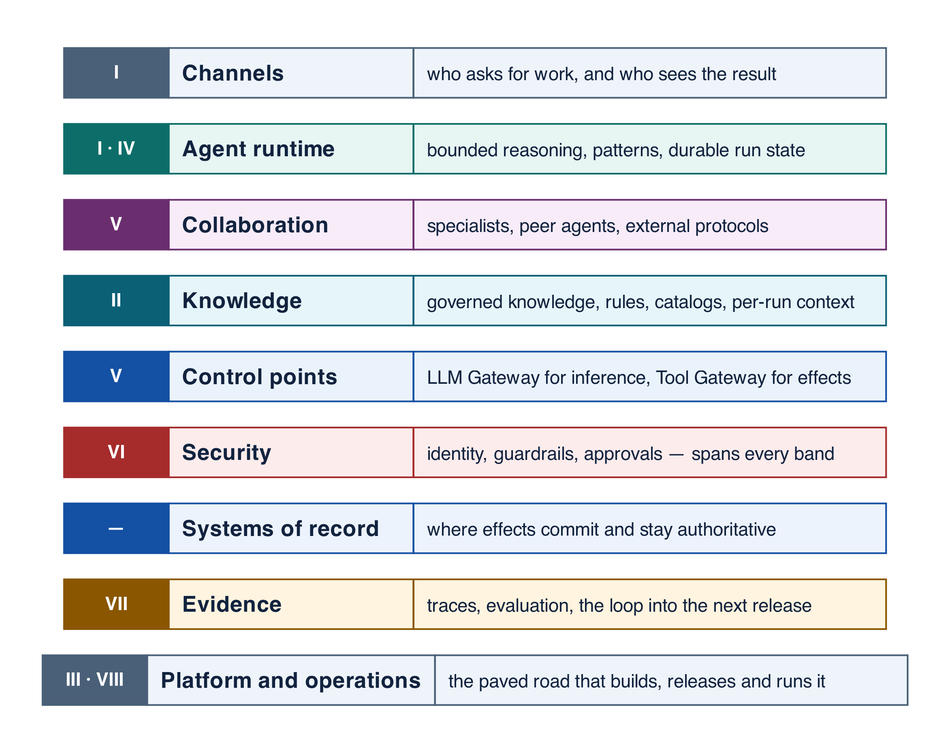
The Graphviz diagram assets/diagrams/system-overview.png in rrahimi-uci/building-enterprise-general-intelligence, before a commit. Its source is kept beside it as assets/diagrams/src/system-overview.gv. Its diagram source:
```dot
digraph system_overview {
  rankdir = TB
  graph [ranksep=0.13]
  node [shape=plaintext, style="", margin=0]
  edge [style=invis]

  ch [label=<<TABLE BORDER="0" CELLBORDER="1" CELLSPACING="0" CELLPADDING="7" COLOR="#4A6078" BGCOLOR="#EEF4FA">
    <TR><TD WIDTH="62" BGCOLOR="#4A6078" ALIGN="CENTER"><FONT COLOR="white" POINT-SIZE="11"><B>I</B></FONT></TD>
        <TD WIDTH="145" ALIGN="LEFT"><B>Channels</B></TD>
        <TD WIDTH="280" ALIGN="LEFT"><FONT POINT-SIZE="11">who asks for work, and who sees the result</FONT></TD></TR></TABLE>>]
  rt [label=<<TABLE BORDER="0" CELLBORDER="1" CELLSPACING="0" CELLPADDING="7" COLOR="#0D6E69" BGCOLOR="#E7F5F3">
    <TR><TD WIDTH="62" BGCOLOR="#0D6E69" ALIGN="CENTER"><FONT COLOR="white" POINT-SIZE="11"><B>I · IV</B></FONT></TD>
        <TD WIDTH="145" ALIGN="LEFT"><B>Agent runtime</B></TD>
        <TD WIDTH="280" ALIGN="LEFT"><FONT POINT-SIZE="11">bounded reasoning, patterns, durable run state</FONT></TD></TR></TABLE>>]
  ma [label=<<TABLE BORDER="0" CELLBORDER="1" CELLSPACING="0" CELLPADDING="7" COLOR="#6A2E6E" BGCOLOR="#F7ECF8">
    <TR><TD WIDTH="62" BGCOLOR="#6A2E6E" ALIGN="CENTER"><FONT COLOR="white" POINT-SIZE="11"><B>V</B></FONT></TD>
        <TD WIDTH="145" ALIGN="LEFT"><B>Collaboration</B></TD>
        <TD WIDTH="280" ALIGN="LEFT"><FONT POINT-SIZE="11">specialists, peer agents, external protocols</FONT></TD></TR></TABLE>>]
  kn [label=<<TABLE BORDER="0" CELLBORDER="1" CELLSPACING="0" CELLPADDING="7" COLOR="#0B6076" BGCOLOR="#E6F5F9">
    <TR><TD WIDTH="62" BGCOLOR="#0B6076" ALIGN="CENTER"><FONT COLOR="white" POINT-SIZE="11"><B>II</B></FONT></TD>
        <TD WIDTH="145" ALIGN="LEFT"><B>Knowledge</B></TD>
        <TD WIDTH="280" ALIGN="LEFT"><FONT POINT-SIZE="11">governed knowledge, rules, catalogs, per-run context</FONT></TD></TR></TABLE>>]
  gw [label=<<TABLE BORDER="0" CELLBORDER="1" CELLSPACING="0" CELLPADDING="7" COLOR="#1450A3" BGCOLOR="#EAF3FB">
    <TR><TD WIDTH="62" BGCOLOR="#1450A3" ALIGN="CENTER"><FONT COLOR="white" POINT-SIZE="11"><B>V</B></FONT></TD>
        <TD WIDTH="145" ALIGN="LEFT"><B>Control points</B></TD>
        <TD WIDTH="280" ALIGN="LEFT"><FONT POINT-SIZE="11">LLM Gateway for inference, Tool Gateway for effects</FONT></TD></TR></TABLE>>]
  sec [label=<<TABLE BORDER="0" CELLBORDER="1" CELLSPACING="0" CELLPADDING="7" COLOR="#A62C2C" BGCOLOR="#FCECEC">
    <TR><TD WIDTH="62" BGCOLOR="#A62C2C" ALIGN="CENTER"><FONT COLOR="white" POINT-SIZE="11"><B>VI</B></FONT></TD>
        <TD WIDTH="145" ALIGN="LEFT"><B>Security</B></TD>
        <TD WIDTH="280" ALIGN="LEFT"><FONT POINT-SIZE="11">identity, guardrails, approvals — spans every band</FONT></TD></TR></TABLE>>]
  sor [label=<<TABLE BORDER="0" CELLBORDER="1" CELLSPACING="0" CELLPADDING="7" COLOR="#1450A3" BGCOLOR="#EDF3FC">
    <TR><TD WIDTH="62" BGCOLOR="#1450A3" ALIGN="CENTER"><FONT COLOR="white" POINT-SIZE="11"><B>—</B></FONT></TD>
        <TD WIDTH="145" ALIGN="LEFT"><B>Systems of record</B></TD>
        <TD WIDTH="280" ALIGN="LEFT"><FONT POINT-SIZE="11">where effects commit and stay authoritative</FONT></TD></TR></TABLE>>]
  obs [label=<<TABLE BORDER="0" CELLBORDER="1" CELLSPACING="0" CELLPADDING="7" COLOR="#8A5600" BGCOLOR="#FFF4DF">
    <TR><TD WIDTH="62" BGCOLOR="#8A5600" ALIGN="CENTER"><FONT COLOR="white" POINT-SIZE="11"><B>VII</B></FONT></TD>
        <TD WIDTH="145" ALIGN="LEFT"><B>Evidence</B></TD>
        <TD WIDTH="280" ALIGN="LEFT"><FONT POINT-SIZE="11">traces, evaluation, the loop into the next release</FONT></TD></TR></TABLE>>]
  ops [label=<<TABLE BORDER="0" CELLBORDER="1" CELLSPACING="0" CELLPADDING="7" COLOR="#4A6078" BGCOLOR="#EEF4FA">
    <TR><TD WIDTH="62" BGCOLOR="#4A6078" ALIGN="CENTER"><FONT COLOR="white" POINT-SIZE="11"><B>III · VIII</B></FONT></TD>
        <TD WIDTH="145" ALIGN="LEFT"><B>Platform and operations</B></TD>
        <TD WIDTH="280" ALIGN="LEFT"><FONT POINT-SIZE="11">the paved road that builds, releases and runs it</FONT></TD></TR></TABLE>>]

  ch -> rt -> ma -> kn -> gw -> sec -> sor -> obs -> ops
}
```
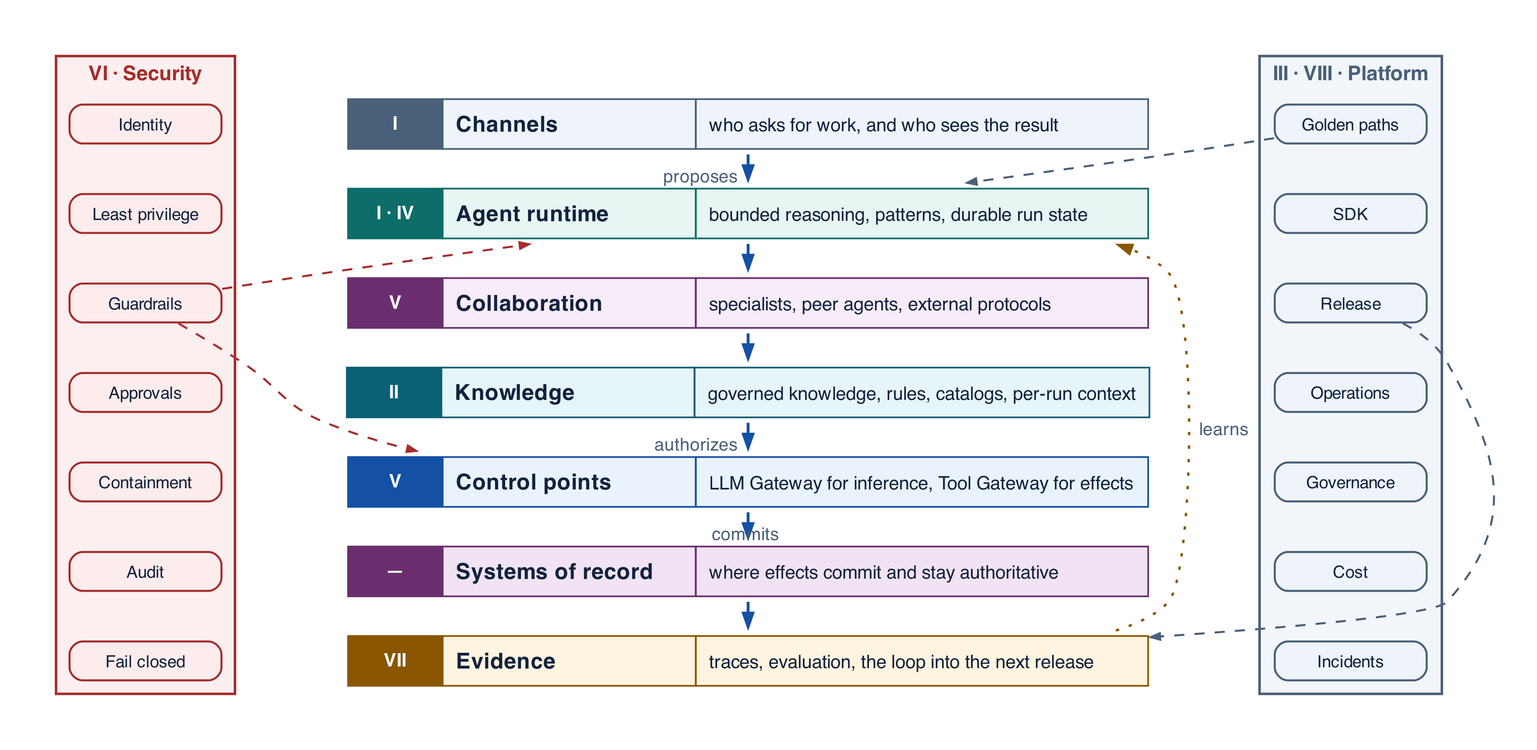
After the commit.

What changed in the source:
```diff
@@ -1,45 +1,96 @@
 digraph system_overview {
   rankdir = TB
-  graph [ranksep=0.13]
+  graph [ranksep=0.24, nodesep=0.34]
   node [shape=plaintext, style="", margin=0]
-  edge [style=invis]
+
+  subgraph cluster_sec {
+    label = <<B>VI &#183; Security</B>>
+    fontsize = 12; fontcolor = "#A62C2C"
+    style = filled; fillcolor = "#FBEFEF"; color = "#A62C2C"; penwidth = 1.5
+    margin = 8
+    node [shape=box, style="filled,rounded", penwidth=1.2, fontsize=10,
+          fillcolor="#FCECEC", color="#A62C2C", width=1.25, height=0.32,
+          margin="0.10,0.06"]
+    c0 [label="Identity"]
+    cx [label="Least privilege"]
+    c1 [label="Guardrails"]
+    c2 [label="Approvals"]
+    c3 [label="Containment"]
+    c4 [label="Audit"]
+    c5 [label="Fail closed"]
+    c0 -> cx -> c1 -> c2 -> c3 -> c4 -> c5 [style=invis]
+  }
 
   ch [label=<<TABLE BORDER="0" CELLBORDER="1" CELLSPACING="0" CELLPADDING="7" COLOR="#4A6078" BGCOLOR="#EEF4FA">
-    <TR><TD WIDTH="62" BGCOLOR="#4A6078" ALIGN="CENTER"><FONT COLOR="white" POINT-SIZE="11"><B>I</B></FONT></TD>
-        <TD WIDTH="145" ALIGN="LEFT"><B>Channels</B></TD>
-        <TD WIDTH="280" ALIGN="LEFT"><FONT POINT-SIZE="11">who asks for work, and who sees the result</FONT></TD></TR></TABLE>>]
+    <TR><TD WIDTH="56" BGCOLOR="#4A6078" ALIGN="CENTER"><FONT COLOR="white" POINT-SIZE="11"><B>I</B></FONT></TD>
+        <TD WIDTH="150" ALIGN="LEFT"><B>Channels</B></TD>
+        <TD WIDTH="268" ALIGN="LEFT"><FONT POINT-SIZE="11">who asks for work, and who sees the result</FONT></TD></TR></TABLE>>]
+
   rt [label=<<TABLE BORDER="0" CELLBORDER="1" CELLSPACING="0" CELLPADDING="7" COLOR="#0D6E69" BGCOLOR="#E7F5F3">
-    <TR><TD WIDTH="62" BGCOLOR="#0D6E69" ALIGN="CENTER"><FONT COLOR="white" POINT-SIZE="11"><B>I · IV</B></FONT></TD>
-        <TD WIDTH="145" ALIGN="LEFT"><B>Agent runtime</B></TD>
-        <TD WIDTH="280" ALIGN="LEFT"><FONT POINT-SIZE="11">bounded reasoning, patterns, durable run state</FONT></TD></TR></TABLE>>]
+    <TR><TD WIDTH="56" BGCOLOR="#0D6E69" ALIGN="CENTER"><FONT COLOR="white" POINT-SIZE="11"><B>I · IV</B></FONT></TD>
+        <TD WIDTH="150" ALIGN="LEFT"><B>Agent runtime</B></TD>
+        <TD WIDTH="268" ALIGN="LEFT"><FONT POINT-SIZE="11">bounded reasoning, patterns, durable run state</FONT></TD></TR></TABLE>>]
+
   ma [label=<<TABLE BORDER="0" CELLBORDER="1" CELLSPACING="0" CELLPADDING="7" COLOR="#6A2E6E" BGCOLOR="#F7ECF8">
-    <TR><TD WIDTH="62" BGCOLOR="#6A2E6E" ALIGN="CENTER"><FONT COLOR="white" POINT-SIZE="11"><B>V</B></FONT></TD>
-        <TD WIDTH="145" ALIGN="LEFT"><B>Collaboration</B></TD>
-        <TD WIDTH="280" ALIGN="LEFT"><FONT POINT-SIZE="11">specialists, peer agents, external protocols</FONT></TD></TR></TABLE>>]
+    <TR><TD WIDTH="56" BGCOLOR="#6A2E6E" ALIGN="CENTER"><FONT COLOR="white" POINT-SIZE="11"><B>V</B></FONT></TD>
+        <TD WIDTH="150" ALIGN="LEFT"><B>Collaboration</B></TD>
+        <TD WIDTH="268" ALIGN="LEFT"><FONT POINT-SIZE="11">specialists, peer agents, external protocols</FONT></TD></TR></TABLE>>]
+
   kn [label=<<TABLE BORDER="0" CELLBORDER="1" CELLSPACING="0" CELLPADDING="7" COLOR="#0B6076" BGCOLOR="#E6F5F9">
-    <TR><TD WIDTH="62" BGCOLOR="#0B6076" ALIGN="CENTER"><FONT COLOR="white" POINT-SIZE="11"><B>II</B></FONT></TD>
-        <TD WIDTH="145" ALIGN="LEFT"><B>Knowledge</B></TD>
-        <TD WIDTH="280" ALIGN="LEFT"><FONT POINT-SIZE="11">governed knowledge, rules, catalogs, per-run context</FONT></TD></TR></TABLE>>]
+    <TR><TD WIDTH="56" BGCOLOR="#0B6076" ALIGN="CENTER"><FONT COLOR="white" POINT-SIZE="11"><B>II</B></FONT></TD>
+        <TD WIDTH="150" ALIGN="LEFT"><B>Knowledge</B></TD>
+        <TD WIDTH="268" ALIGN="LEFT"><FONT POINT-SIZE="11">governed knowledge, rules, catalogs, per-run context</FONT></TD></TR></TABLE>>]
+
   gw [label=<<TABLE BORDER="0" CELLBORDER="1" CELLSPACING="0" CELLPADDING="7" COLOR="#1450A3" BGCOLOR="#EAF3FB">
-    <TR><TD WIDTH="62" BGCOLOR="#1450A3" ALIGN="CENTER"><FONT COLOR="white" POINT-SIZE="11"><B>V</B></FONT></TD>
-        <TD WIDTH="145" ALIGN="LEFT"><B>Control points</B></TD>
-        <TD WIDTH="280" ALIGN="LEFT"><FONT POINT-SIZE="11">LLM Gateway for inference, Tool Gateway for effects</FONT></TD></TR></TABLE>>]
-  sec [label=<<TABLE BORDER="0" CELLBORDER="1" CELLSPACING="0" CELLPADDING="7" COLOR="#A62C2C" BGCOLOR="#FCECEC">
-    <TR><TD WIDTH="62" BGCOLOR="#A62C2C" ALIGN="CENTER"><FONT COLOR="white" POINT-SIZE="11"><B>VI</B></FONT></TD>
-        <TD WIDTH="145" ALIGN="LEFT"><B>Security</B></TD>
-        <TD WIDTH="280" ALIGN="LEFT"><FONT POINT-SIZE="11">identity, guardrails, approvals — spans every band</FONT></TD></TR></TABLE>>]
-  sor [label=<<TABLE BORDER="0" CELLBORDER="1" CELLSPACING="0" CELLPADDING="7" COLOR="#1450A3" BGCOLOR="#EDF3FC">
-    <TR><TD WIDTH="62" BGCOLOR="#1450A3" ALIGN="CENTER"><FONT COLOR="white" POINT-SIZE="11"><B>—</B></FONT></TD>
-        <TD WIDTH="145" ALIGN="LEFT"><B>Systems of record</B></TD>
-        <TD WIDTH="280" ALIGN="LEFT"><FONT POINT-SIZE="11">where effects commit and stay authoritative</FONT></TD></TR></TABLE>>]
+    <TR><TD WIDTH="56" BGCOLOR="#1450A3" ALIGN="CENTER"><FONT COLOR="white" POINT-SIZE="11"><B>V</B></FONT></TD>
+        <TD WIDTH="150" ALIGN="LEFT"><B>Control points</B></TD>
+        <TD WIDTH="268" ALIGN="LEFT"><FONT POINT-SIZE="11">LLM Gateway for inference, Tool Gateway for effects</FONT></TD></TR></TABLE>>]
+
+  sor [label=<<TABLE BORDER="0" CELLBORDER="1" CELLSPACING="0" CELLPADDING="7" COLOR="#6A2E6E" BGCOLOR="#F1E3F3">
+    <TR><TD WIDTH="56" BGCOLOR="#6A2E6E" ALIGN="CENTER"><FONT COLOR="white" POINT-SIZE="11"><B>—</B></FONT></TD>
+        <TD WIDTH="150" ALIGN="LEFT"><B>Systems of record</B></TD>
+        <TD WIDTH="268" ALIGN="LEFT"><FONT POINT-SIZE="11">where effects commit and stay authoritative</FONT></TD></TR></TABLE>>]
+
   obs [label=<<TABLE BORDER="0" CELLBORDER="1" CELLSPACING="0" CELLPADDING="7" COLOR="#8A5600" BGCOLOR="#FFF4DF">
-    <TR><TD WIDTH="62" BGCOLOR="#8A5600" ALIGN="CENTER"><FONT COLOR="white" POINT-SIZE="11"><B>VII</B></FONT></TD>
-        <TD WIDTH="145" ALIGN="LEFT"><B>Evidence</B></TD>
-        <TD WIDTH="280" ALIGN="LEFT"><FONT POINT-SIZE="11">traces, evaluation, the loop into the next release</FONT></TD></TR></TABLE>>]
-  ops [label=<<TABLE BORDER="0" CELLBORDER="1" CELLSPACING="0" CELLPADDING="7" COLOR="#4A6078" BGCOLOR="#EEF4FA">
-    <TR><TD WIDTH="62" BGCOLOR="#4A6078" ALIGN="CENTER"><FONT COLOR="white" POINT-SIZE="11"><B>III · VIII</B></FONT></TD>
-        <TD WIDTH="145" ALIGN="LEFT"><B>Platform and operations</B></TD>
-        <TD WIDTH="280" ALIGN="LEFT"><FONT POINT-SIZE="11">the paved road that builds, releases and runs it</FONT></TD></TR></TABLE>>]
+    <TR><TD WIDTH="56" BGCOLOR="#8A5600" ALIGN="CENTER"><FONT COLOR="white" POINT-SIZE="11"><B>VII</B></FONT></TD>
+        <TD WIDTH="150" ALIGN="LEFT"><B>Evidence</B></TD>
+        <TD WIDTH="268" ALIGN="LEFT"><FONT POINT-SIZE="11">traces, evaluation, the loop into the next release</FONT></TD></TR></TABLE>>]
 
-  ch -> rt -> ma -> kn -> gw -> sec -> sor -> obs -> ops
+  subgraph cluster_ops {
+    label = <<B>III &#183; VIII &#183; Platform</B>>
+    fontsize = 12; fontcolor = "#4A6078"
+    style = filled; fillcolor = "#F2F6FA"; color = "#4A6078"; penwidth = 1.5
+    margin = 8
+    node [shape=box, style="filled,rounded", penwidth=1.2, fontsize=10,
+          fillcolor="#EEF4FA", color="#4A6078", width=1.25, height=0.32,
+          margin="0.10,0.06"]
+    p0 [label="Golden paths"]
+    p1 [label="SDK"]
+    p2 [label="Release"]
+    p3 [label="Operations"]
+    p4 [label="Governance"]
+    p5 [label="Cost"]
+    px [label="Incidents"]
+    p0 -> p1 -> p2 -> p3 -> p4 -> p5 -> px [style=invis]
+  }
+
+  edge [color="#1450A3", penwidth=1.7, arrowsize=0.8]
+  ch -> rt [xlabel=" proposes  "]
+  rt -> ma
+  ma -> kn
+  kn -> gw [xlabel=" authorizes  "]
+  gw -> sor [xlabel=" commits  "]
+  sor -> obs
+
+  edge [style=dotted, color="#8A5600", penwidth=1.4, constraint=false,
+        xlabel="  learns"]
+  obs -> rt
+
+  edge [style=dashed, color="#A62C2C", penwidth=1.2, arrowsize=0.55, xlabel=""]
+  c1 -> rt
+  c1 -> gw
+
+  edge [style=dashed, color="#4A6078", penwidth=1.2]
+  p0 -> rt
+  p2 -> obs
 }
```
